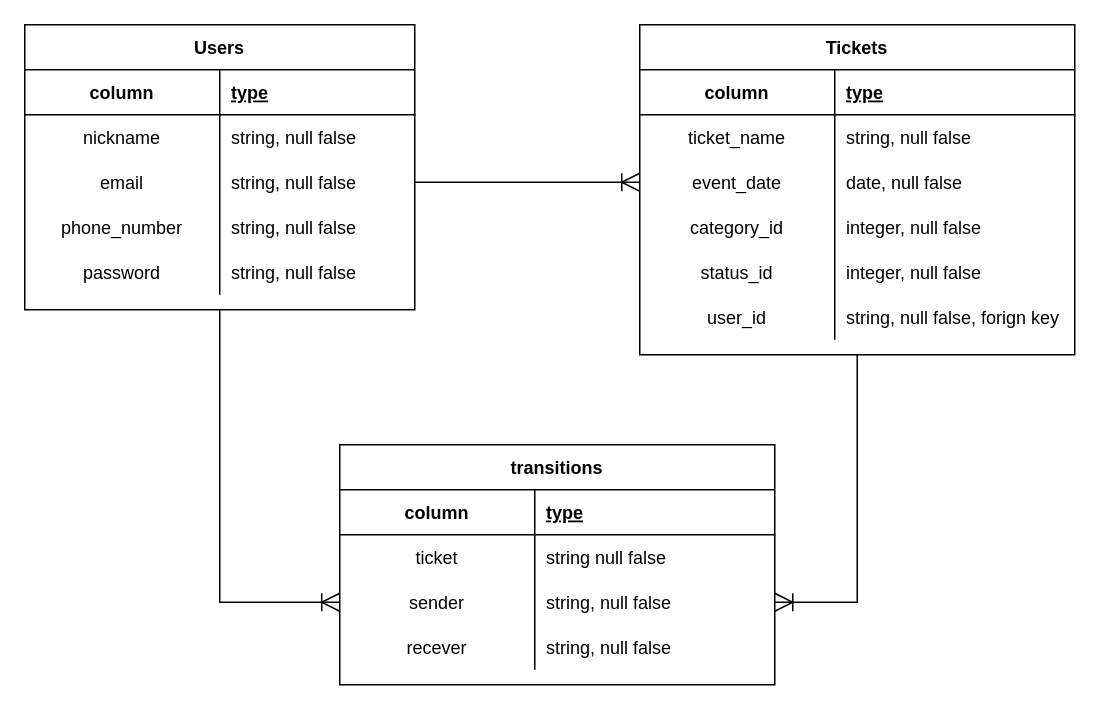
The draw.io diagram ticket_transfer_app.dio in yuyakawai0411/auth-ticket-transfer, before the edit. Source tidied: cells renumbered, new cells numbered last; positions are measured from the earlier drawing's top-left corner, leaving out a move shared by most shapes. Both pictures are drawn from the tidied source at 150%, with x=0, y=0 at pixel (24, 24).
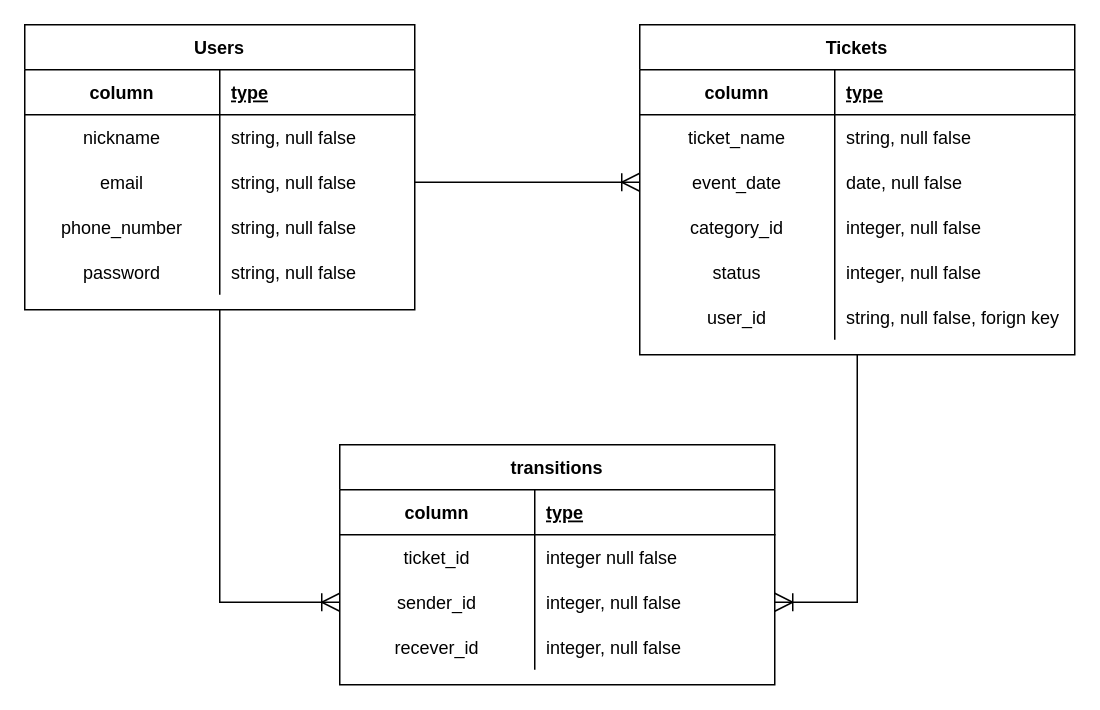
Above is the later version.

The change refers to these unchanged cells:
```xml
<mxCell id="33" style="shape=partialRectangle;fillColor=none;top=0;left=0;bottom=0;right=0;" parent="20" vertex="1">
  <mxGeometry y="150" width="290" height="30" as="geometry" />
</mxCell>
<mxCell id="44" style="shape=partialRectangle;fillColor=none;top=0;left=0;bottom=0;right=0;" parent="40" vertex="1">
  <mxGeometry y="60" width="290" height="30" as="geometry" />
</mxCell>
<mxCell id="47" style="shape=partialRectangle;fillColor=none;top=0;left=0;bottom=0;right=0;points=[[0,0.5],[1,0.5]];portConstraint=eastwest;" parent="40" vertex="1">
  <mxGeometry y="90" width="290" height="30" as="geometry" />
</mxCell>
<mxCell id="50" style="shape=partialRectangle;fillColor=none;top=0;left=0;bottom=0;right=0;" parent="40" vertex="1">
  <mxGeometry y="120" width="290" height="30" as="geometry" />
</mxCell>
```

The edit, as a diff of the source:
```diff
@@
-    <mxCell id="34" value="status_id" style="shape=partialRectangle;fillColor=none;top=0;left=0;bottom=0;right=0;overflow=hidden;" parent="33" vertex="1">
+    <mxCell id="34" value="status" style="shape=partialRectangle;fillColor=none;top=0;left=0;bottom=0;right=0;overflow=hidden;" parent="33" vertex="1">
       <mxGeometry width="130" height="30" as="geometry" />
     </mxCell>
@@
-    <mxCell id="45" value="ticket" style="shape=partialRectangle;fillColor=none;top=0;left=0;bottom=0;right=0;overflow=hidden;" parent="44" vertex="1">
+    <mxCell id="45" value="ticket_id" style="shape=partialRectangle;fillColor=none;top=0;left=0;bottom=0;right=0;overflow=hidden;" parent="44" vertex="1">
       <mxGeometry width="130" height="30" as="geometry" />
     </mxCell>
-    <mxCell id="46" value="string null false " style="shape=partialRectangle;fillColor=none;top=0;left=0;bottom=0;right=0;align=left;spacingLeft=6;overflow=hidden;" parent="44" vertex="1">
+    <mxCell id="46" value="integer null false " style="shape=partialRectangle;fillColor=none;top=0;left=0;bottom=0;right=0;align=left;spacingLeft=6;overflow=hidden;" parent="44" vertex="1">
       <mxGeometry x="130" width="160" height="30" as="geometry" />
     </mxCell>
@@
-    <mxCell id="48" value="sender" style="shape=partialRectangle;fillColor=none;top=0;left=0;bottom=0;right=0;overflow=hidden;" parent="47" vertex="1">
+    <mxCell id="48" value="sender_id" style="shape=partialRectangle;fillColor=none;top=0;left=0;bottom=0;right=0;overflow=hidden;" parent="47" vertex="1">
       <mxGeometry width="130" height="30" as="geometry" />
     </mxCell>
-    <mxCell id="49" value="string, null false " style="shape=partialRectangle;fillColor=none;top=0;left=0;bottom=0;right=0;align=left;spacingLeft=6;overflow=hidden;" parent="47" vertex="1">
+    <mxCell id="49" value="integer, null false " style="shape=partialRectangle;fillColor=none;top=0;left=0;bottom=0;right=0;align=left;spacingLeft=6;overflow=hidden;" parent="47" vertex="1">
       <mxGeometry x="130" width="160" height="30" as="geometry" />
     </mxCell>
@@
-    <mxCell id="51" value="recever" style="shape=partialRectangle;fillColor=none;top=0;left=0;bottom=0;right=0;overflow=hidden;" parent="50" vertex="1">
+    <mxCell id="51" value="recever_id" style="shape=partialRectangle;fillColor=none;top=0;left=0;bottom=0;right=0;overflow=hidden;" parent="50" vertex="1">
       <mxGeometry width="130" height="30" as="geometry" />
     </mxCell>
-    <mxCell id="52" value="string, null false " style="shape=partialRectangle;fillColor=none;top=0;left=0;bottom=0;right=0;align=left;spacingLeft=6;overflow=hidden;" parent="50" vertex="1">
+    <mxCell id="52" value="integer, null false " style="shape=partialRectangle;fillColor=none;top=0;left=0;bottom=0;right=0;align=left;spacingLeft=6;overflow=hidden;" parent="50" vertex="1">
       <mxGeometry x="130" width="160" height="30" as="geometry" />
     </mxCell>
```
